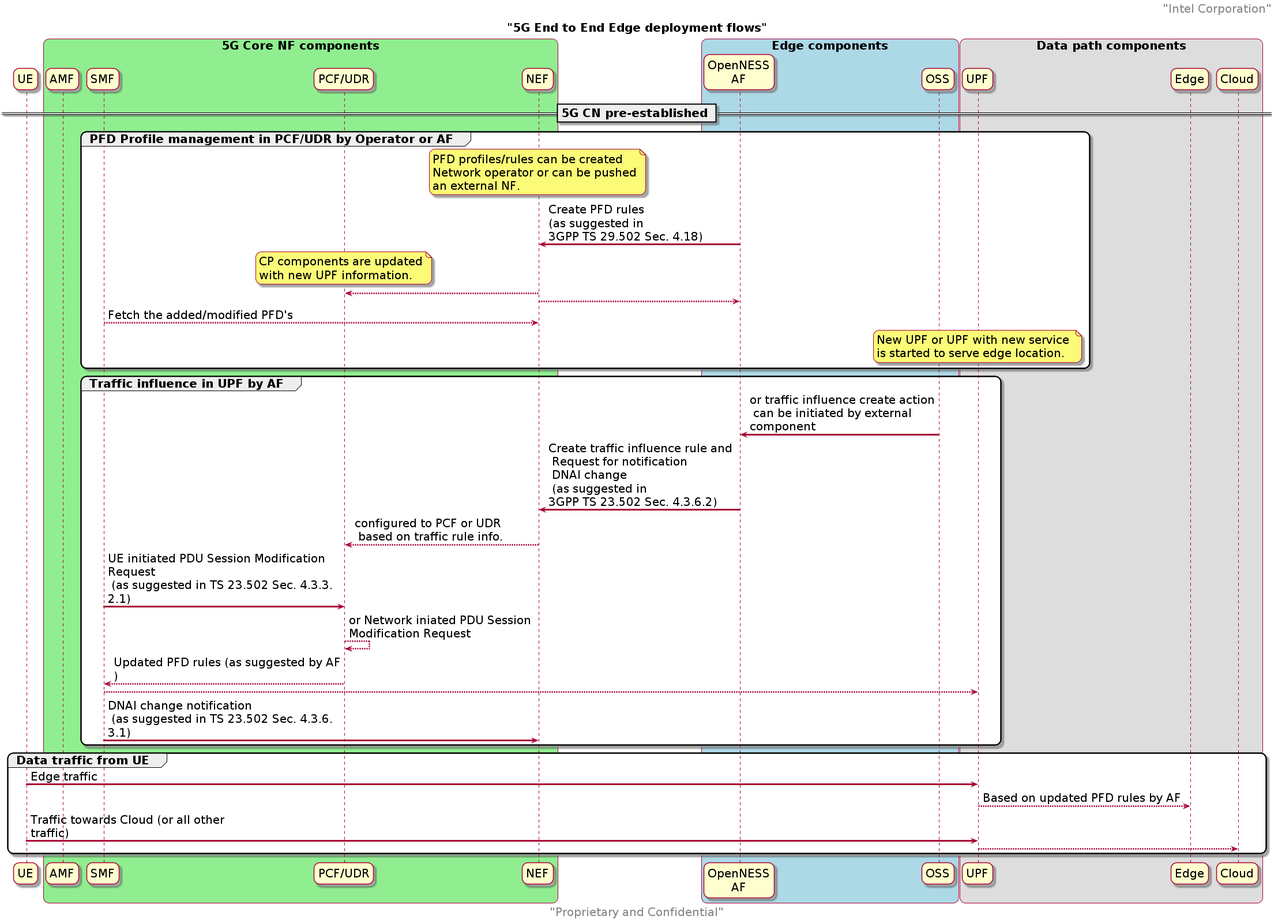
Earlier version of the PlantUML export doc/reference-architectures/core-network/ngc-images/e2e_edge_deployment_flows.png (smart-edge-open/specs). Source of this version:
```plantuml
@startuml
skinparam monochrome false
skinparam roundcorner 20
skinparam defaultFontName "Intel Clear"
skinparam defaultFontSize 20
skinparam maxmessagesize 400
skinparam sequenceArrowThickness 3

header "Intel Corporation"
footer "Proprietary and Confidential"
title "5G End to End Edge deployment flows"

participant "UE" as ue

box "5G Core NF components" #LightGreen
participant "AMF" as amf
participant "SMF" as smf
participant "PCF/UDR" as pcf
participant "NEF" as nef
end box

box "Edge components" #LightBlue
participant "OpenNESS\nAF" as af
participant "OSS" as oss
end box

box "Data path components"
participant "UPF" as upf
participant "Edge" as edge
participant "Cloud" as cloud
end box

== 5G CN pre-established ==

group PFD Profile management in PCF/UDR by Operator or AF
    note over nef
        PFD profiles/rules can be created
        Network operator or can be pushed
        an external NF.
    end note
af -> nef : Create PFD rules \n(as suggested in \n3GPP TS 29.502 Sec. 4.18)

note over pcf
    CP components are updated
    with new UPF information.
end note

nef --> pcf :
nef --> af  :
smf --> nef : Fetch the added/modified PFD's

note over upf
    New UPF or UPF with new service
    is started to serve edge location.
end note
end

group Traffic influence in UPF by AF
oss -> af :  or traffic influence create action\n can be initiated by external component
af -> nef : Create traffic influence rule and \n Request for notification \n DNAI change \n (as suggested in \n3GPP TS 23.502 Sec. 4.3.6.2)
nef --> pcf : configured to PCF or UDR \n based on traffic rule info.


smf -> pcf :  UE initiated PDU Session Modification Request \n (as suggested in TS 23.502 Sec. 4.3.3.2.1)
pcf --> pcf : or Network iniated PDU Session Modification Request
pcf --> smf : Updated PFD rules (as suggested by AF)
smf --> upf
smf -> nef : DNAI change notification \n (as suggested in TS 23.502 Sec. 4.3.6.3.1)
end

group Data traffic from UE
ue -> upf : Edge traffic
upf --> edge : Based on updated PFD rules by AF

ue -> upf : Traffic towards Cloud (or all other traffic)
upf --> cloud :
end

@enduml
```
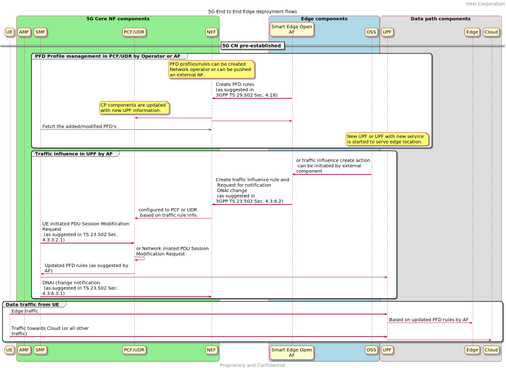
After the commit.

What changed in the source:
```diff
@@ -20,7 +20,7 @@
 end box
 
 box "Edge components" #LightBlue
-participant "OpenNESS\nAF" as af
+participant "Smart Edge Open\nAF" as af
 participant "OSS" as oss
 end box
 
```
